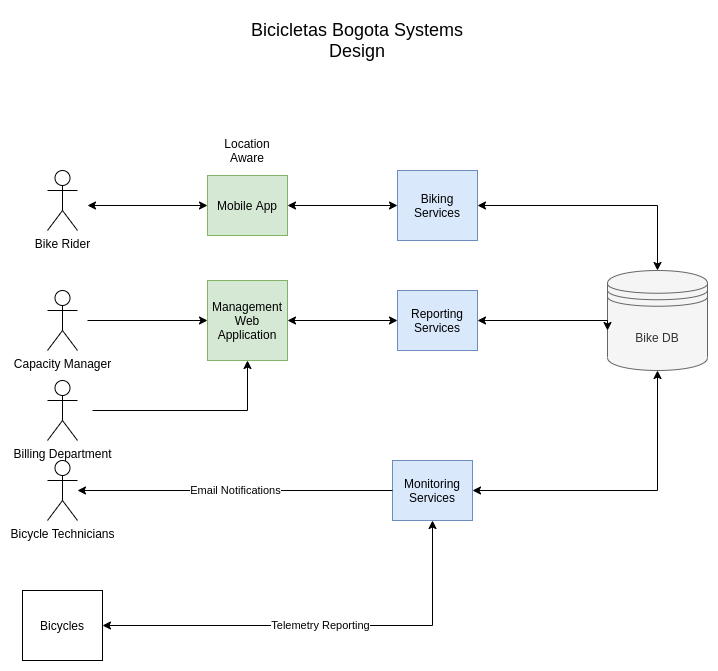
This is images/high-level.png from mark579/bicicletas-bogota-design, a draw.io export, as it was before one commit. Source tidied: cells renumbered, new cells last; positions are measured from the earlier drawing's top-left corner, leaving out a move shared by most shapes.
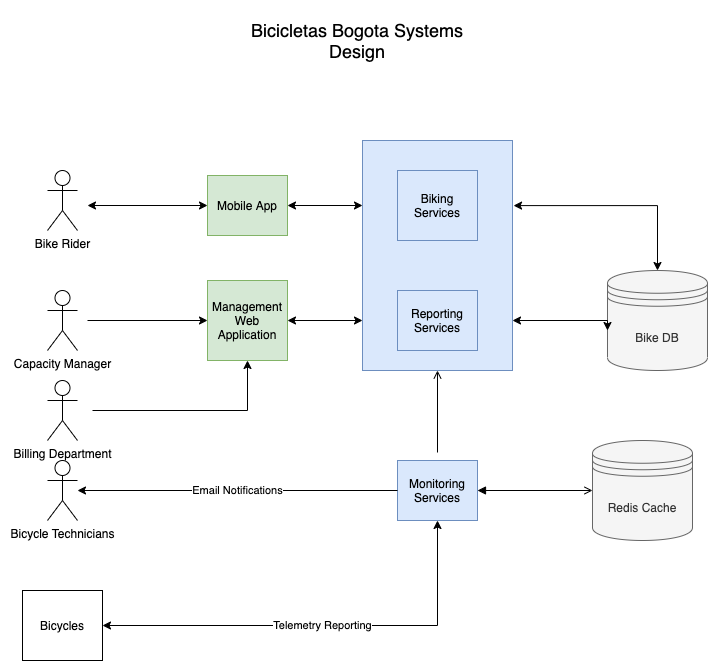
Above is the later version.

Diff of the diagram source:
```diff
@@ -2,6 +2,9 @@
   <root>
     <mxCell id="0" />
     <mxCell id="1" parent="0" />
+    <mxCell id="25" style="rounded=0;whiteSpace=wrap;html=1;hachureGap=4;fillColor=#dae8fc;strokeColor=#6c8ebf;" parent="1" vertex="1">
+      <mxGeometry x="340" y="130" width="150" height="230" as="geometry" />
+    </mxCell>
     <mxCell id="2" value="&lt;font style=&quot;font-size: 18px&quot;&gt;Bicicletas Bogota Systems Design&lt;/font&gt;" style="text;html=1;strokeColor=none;fillColor=none;align=center;verticalAlign=middle;whiteSpace=wrap;rounded=0;" parent="1" vertex="1">
       <mxGeometry x="200" width="270" height="60" as="geometry" />
     </mxCell>
@@ -13,8 +16,10 @@
         <mxPoint x="65" y="195" as="targetPoint" />
       </mxGeometry>
     </mxCell>
-    <mxCell id="5" style="edgeStyle=orthogonalEdgeStyle;rounded=0;jettySize=auto;html=1;startArrow=classic;startFill=1;endArrow=classic;endFill=1;" parent="1" edge="1" source="6" target="11">
-      <mxGeometry relative="1" as="geometry" />
+    <mxCell id="5" style="edgeStyle=orthogonalEdgeStyle;rounded=0;jettySize=auto;html=1;startArrow=classic;startFill=1;endArrow=classic;endFill=1;" parent="1" edge="1" source="6">
+      <mxGeometry relative="1" as="geometry">
+        <mxPoint x="340" y="195" as="targetPoint" />
+      </mxGeometry>
     </mxCell>
     <mxCell id="6" value="Mobile App" style="rounded=0;whiteSpace=wrap;html=1;fillColor=#d5e8d4;strokeColor=#82b366;" parent="1" vertex="1">
       <mxGeometry x="185" y="165" width="80" height="60" as="geometry" />
@@ -28,31 +33,34 @@
     <mxCell id="9" value="Bicycles" style="rounded=0;whiteSpace=wrap;html=1;" parent="1" vertex="1">
       <mxGeometry y="580" width="80" height="70" as="geometry" />
     </mxCell>
-    <mxCell id="10" style="edgeStyle=orthogonalEdgeStyle;rounded=0;jettySize=auto;html=1;entryX=0.5;entryY=0;entryDx=0;entryDy=0;startArrow=classic;startFill=1;endArrow=classic;endFill=1;" parent="1" edge="1" source="11" target="7">
+    <mxCell id="10" style="edgeStyle=orthogonalEdgeStyle;rounded=0;jettySize=auto;html=1;entryX=0.5;entryY=0;entryDx=0;entryDy=0;startArrow=classic;startFill=1;endArrow=classic;endFill=1;exitX=1.007;exitY=0.283;exitDx=0;exitDy=0;exitPerimeter=0;" parent="1" edge="1" source="25" target="7">
       <mxGeometry relative="1" as="geometry" />
     </mxCell>
     <mxCell id="11" value="Biking Services" style="rounded=0;whiteSpace=wrap;html=1;fillColor=#dae8fc;strokeColor=#6c8ebf;" parent="1" vertex="1">
       <mxGeometry x="375" y="160" width="80" height="70" as="geometry" />
     </mxCell>
-    <mxCell id="12" style="edgeStyle=orthogonalEdgeStyle;rounded=0;jettySize=auto;html=1;startArrow=classic;startFill=1;endArrow=classic;endFill=1;" parent="1" edge="1" source="14">
+    <mxCell id="12" style="edgeStyle=orthogonalEdgeStyle;rounded=0;orthogonalLoop=1;jettySize=auto;html=1;startArrow=classic;startFill=1;endArrow=classic;endFill=1;" parent="1" edge="1">
       <mxGeometry relative="1" as="geometry">
+        <mxPoint x="490" y="310" as="sourcePoint" />
         <mxPoint x="585" y="320" as="targetPoint" />
         <Array as="points">
           <mxPoint x="585" y="310" />
         </Array>
       </mxGeometry>
     </mxCell>
-    <mxCell id="13" style="edgeStyle=orthogonalEdgeStyle;rounded=0;jettySize=auto;html=1;entryX=1;entryY=0.5;entryDx=0;entryDy=0;startArrow=classic;startFill=1;endArrow=classic;endFill=1;" parent="1" edge="1" source="14" target="20">
-      <mxGeometry relative="1" as="geometry" />
+    <mxCell id="13" style="edgeStyle=orthogonalEdgeStyle;rounded=0;jettySize=auto;html=1;entryX=1;entryY=0.5;entryDx=0;entryDy=0;startArrow=classic;startFill=1;endArrow=classic;endFill=1;" parent="1" edge="1" target="20">
+      <mxGeometry relative="1" as="geometry">
+        <mxPoint x="340" y="310" as="sourcePoint" />
+      </mxGeometry>
     </mxCell>
     <mxCell id="14" value="Reporting Services" style="rounded=0;whiteSpace=wrap;html=1;fillColor=#dae8fc;strokeColor=#6c8ebf;" parent="1" vertex="1">
       <mxGeometry x="375" y="280" width="80" height="60" as="geometry" />
     </mxCell>
-    <mxCell id="15" style="edgeStyle=orthogonalEdgeStyle;rounded=0;jettySize=auto;html=1;entryX=0.5;entryY=1;entryDx=0;entryDy=0;startArrow=classic;startFill=1;endArrow=classic;endFill=1;" parent="1" edge="1" source="16" target="7">
-      <mxGeometry relative="1" as="geometry" />
-    </mxCell>
+    <mxCell id="26" style="edgeStyle=none;curved=1;rounded=0;jettySize=auto;html=1;entryX=0.5;entryY=1;entryDx=0;entryDy=0;endArrow=open;sourcePerimeterSpacing=8;targetPerimeterSpacing=8;" parent="1" edge="1" source="16" target="25">
+      <mxGeometry relative="1" as="geometry" />
+    </mxCell>
     <mxCell id="16" value="Monitoring Services" style="rounded=0;whiteSpace=wrap;html=1;fillColor=#dae8fc;strokeColor=#6c8ebf;" parent="1" vertex="1">
-      <mxGeometry x="370" y="450" width="80" height="60" as="geometry" />
+      <mxGeometry x="375" y="450" width="80" height="60" as="geometry" />
     </mxCell>
     <mxCell id="17" style="edgeStyle=orthogonalEdgeStyle;rounded=0;jettySize=auto;html=1;entryX=0.5;entryY=1;entryDx=0;entryDy=0;startArrow=none;startFill=0;endArrow=classic;endFill=1;" parent="1" edge="1" target="20">
       <mxGeometry relative="1" as="geometry">
@@ -76,11 +84,14 @@
         <mxPoint x="65" y="310" as="sourcePoint" />
       </mxGeometry>
     </mxCell>
-    <mxCell id="23" value="Location Aware" style="text;html=1;strokeColor=none;fillColor=none;align=center;verticalAlign=middle;whiteSpace=wrap;rounded=0;" parent="1" vertex="1">
-      <mxGeometry x="205" y="130" width="40" height="20" as="geometry" />
-    </mxCell>
     <mxCell id="24" value="Billing Department" style="shape=umlActor;verticalLabelPosition=bottom;verticalAlign=top;html=1;" parent="1" vertex="1">
       <mxGeometry x="25" y="370" width="30" height="60" as="geometry" />
     </mxCell>
+    <mxCell id="27" value="Redis Cache" style="shape=datastore;whiteSpace=wrap;html=1;fillColor=#f5f5f5;strokeColor=#666666;fontColor=#333333;" parent="1" vertex="1">
+      <mxGeometry x="570" y="430" width="100" height="100" as="geometry" />
+    </mxCell>
+    <mxCell id="28" style="edgeStyle=none;curved=1;rounded=0;jettySize=auto;html=1;entryX=0;entryY=0.5;entryDx=0;entryDy=0;endArrow=open;sourcePerimeterSpacing=8;targetPerimeterSpacing=8;exitX=1;exitY=0.5;exitDx=0;exitDy=0;startArrow=block;startFill=1;" parent="1" edge="1" source="16" target="27">
+      <mxGeometry relative="1" as="geometry" />
+    </mxCell>
   </root>
 </mxGraphModel>
```
